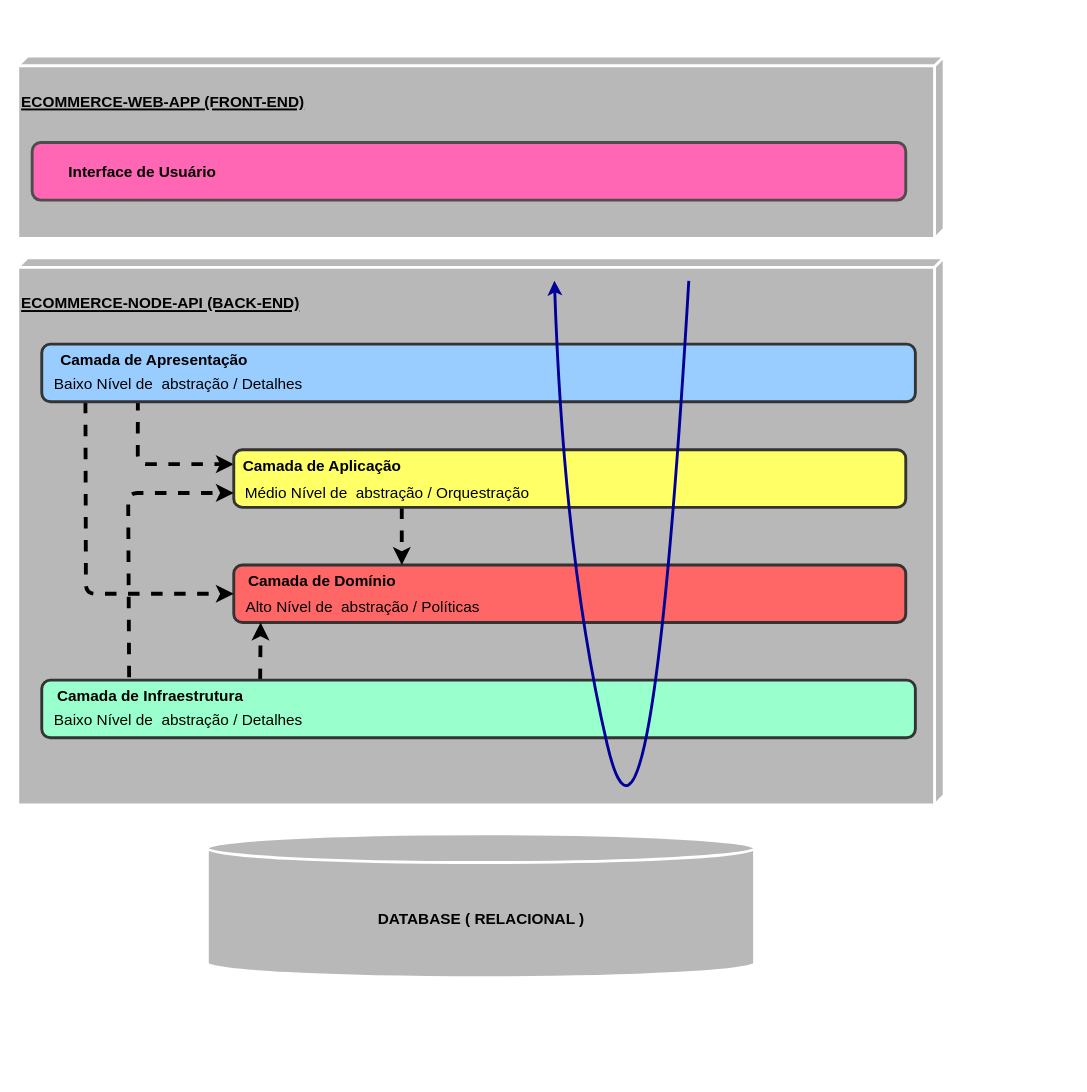
ruthierre/ecommerce-node-api keeps this draw.io diagram as page "ARQUITETURA EM CAMADAS" (1 of 2) of requirements/ecommerce-arquitetura.drawio. Above is the earlier version. Source tidied: cells renumbered, new cells numbered last; positions are measured from the earlier drawing's top-left corner, leaving out a move shared by most shapes. Both pictures are drawn from the tidied source at 96%, with x=0, y=0 at pixel (17, 56).
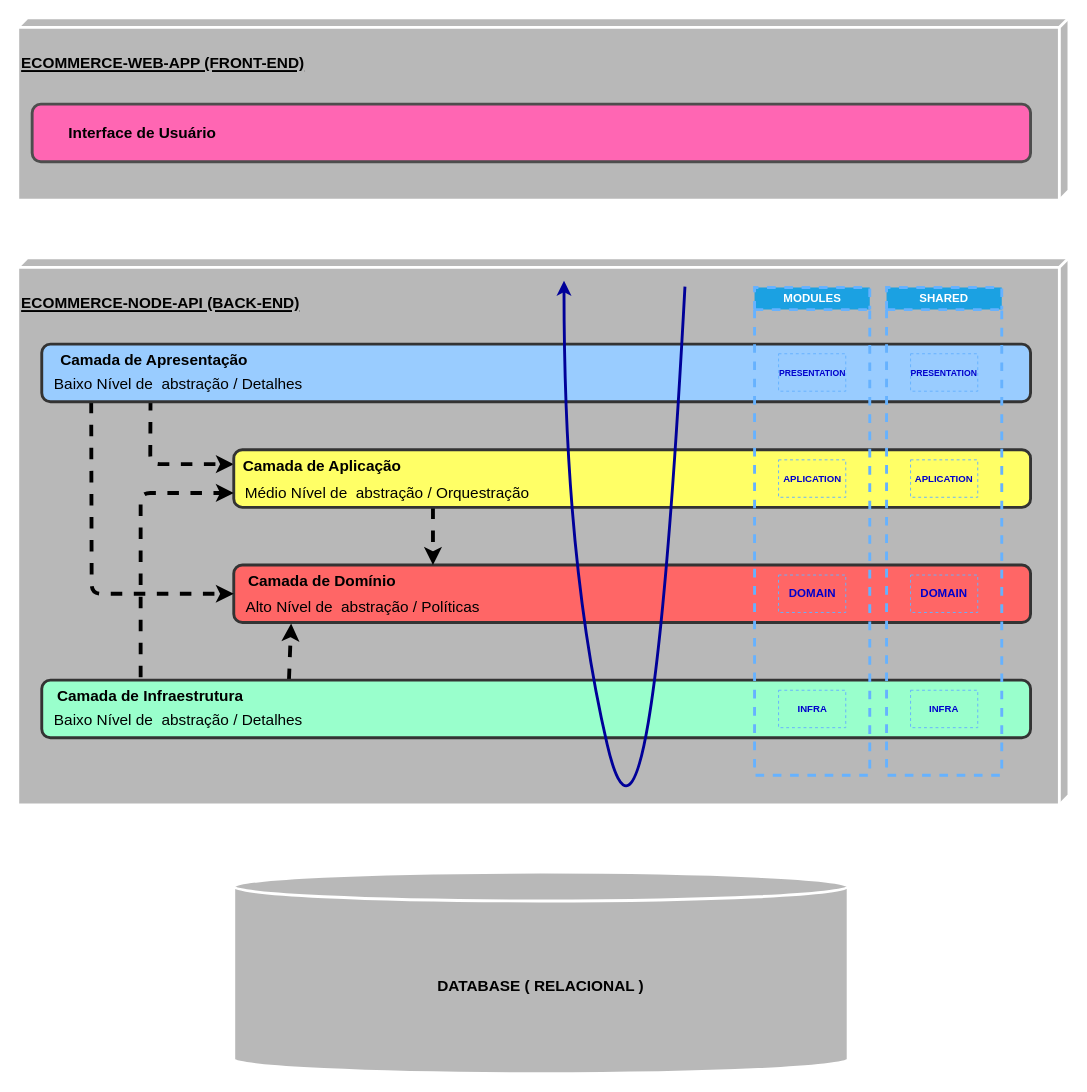
Above is the later version.

The change refers to these unchanged cells:
```xml
<mxCell id="6" value="&lt;b&gt;&amp;nbsp;Camada de Domínio&lt;/b&gt;" style="text;html=1;strokeColor=none;fillColor=none;align=center;verticalAlign=middle;whiteSpace=wrap;rounded=0;strokeWidth=3;fontSize=16;fontColor=#000000;" parent="1" vertex="1">
  <mxGeometry x="225" y="531" width="180" height="30" as="geometry" />
</mxCell>
<mxCell id="23" value="Médio Nível de&amp;nbsp; abstração / Orquestração" style="text;html=1;strokeColor=none;fillColor=none;align=center;verticalAlign=middle;whiteSpace=wrap;rounded=0;strokeWidth=3;fontSize=16;fontColor=#000000;" parent="1" vertex="1">
  <mxGeometry x="225" y="440" width="320" height="30" as="geometry" />
</mxCell>
```

What changed in the source:
```diff
@@
     <mxCell id="2" value="&lt;h1&gt;&lt;font style=&quot;font-size: 16px;&quot;&gt;ECOMMERCE-NODE-API (BACK-END)&lt;/font&gt;&lt;/h1&gt;" style="verticalAlign=top;align=left;spacingTop=8;spacingLeft=2;spacingRight=12;shape=cube;size=10;direction=south;fontStyle=5;html=1;strokeWidth=3;fillColor=#B8B8B8;strokeColor=#FFFFFF;fontColor=#000000;" parent="1" vertex="1">
-      <mxGeometry y="210" width="965" height="570" as="geometry" />
+      <mxGeometry y="210" width="1095" height="570" as="geometry" />
     </mxCell>
     <mxCell id="3" value="&lt;h1&gt;&lt;font style=&quot;font-size: 16px;&quot;&gt;ECOMMERCE-WEB-APP (FRONT-END)&lt;/font&gt;&lt;/h1&gt;" style="verticalAlign=top;align=left;spacingTop=8;spacingLeft=2;spacingRight=12;shape=cube;size=10;direction=south;fontStyle=5;html=1;strokeWidth=3;fillColor=#B8B8B8;strokeColor=#FFFFFF;fontColor=#000000;" parent="1" vertex="1">
-      <mxGeometry width="965" height="190" as="geometry" />
+      <mxGeometry y="-40" width="1095" height="190" as="geometry" />
     </mxCell>
     <mxCell id="4" value="&lt;b&gt;DATABASE ( RELACIONAL )&lt;/b&gt;" style="shape=cylinder3;whiteSpace=wrap;html=1;boundedLbl=1;backgroundOutline=1;size=15;strokeColor=#FFFFFF;strokeWidth=3;fontSize=16;fontColor=#000000;fillColor=#B8B8B8;" parent="1" vertex="1">
-      <mxGeometry x="197.5" y="810" width="570" height="150" as="geometry" />
+      <mxGeometry x="225" y="850" width="640" height="210" as="geometry" />
     </mxCell>
     <mxCell id="5" style="rounded=1;whiteSpace=wrap;html=1;strokeColor=#333333;strokeWidth=3;fontSize=16;fontColor=#ffffff;fillColor=#FF6666;" parent="1" vertex="1">
-      <mxGeometry x="225" y="530" width="700" height="60" as="geometry" />
+      <mxGeometry x="225" y="530" width="830" height="60" as="geometry" />
     </mxCell>
@@
     <mxCell id="7" style="edgeStyle=none;html=1;exitX=0.05;exitY=1;exitDx=0;exitDy=0;exitPerimeter=0;fontSize=16;fontColor=#000000;strokeWidth=4;strokeColor=#000000;dashed=1;entryX=0;entryY=0.967;entryDx=0;entryDy=0;entryPerimeter=0;" parent="1" edge="1" source="9" target="6">
       <mxGeometry relative="1" as="geometry">
         <Array as="points">
-          <mxPoint x="71" y="560" />
+          <mxPoint x="77" y="560" />
         </Array>
       </mxGeometry>
     </mxCell>
     <mxCell id="8" style="edgeStyle=none;html=1;exitX=0.11;exitY=0.95;exitDx=0;exitDy=0;exitPerimeter=0;entryX=0;entryY=0.25;entryDx=0;entryDy=0;dashed=1;strokeColor=#000000;strokeWidth=4;fontSize=16;fontColor=#000000;" parent="1" edge="1" source="9" target="14">
       <mxGeometry relative="1" as="geometry">
         <Array as="points">
-          <mxPoint x="125" y="425" />
+          <mxPoint x="138" y="425" />
         </Array>
       </mxGeometry>
     </mxCell>
     <mxCell id="9" style="rounded=1;whiteSpace=wrap;html=1;strokeColor=#333333;strokeWidth=3;fontSize=16;fontColor=#ffffff;fillColor=#99CCFF;points=[[0,0,0,0,0],[0,0.25,0,0,0],[0,0.5,0,0,0],[0,0.75,0,0,0],[0,1,0,0,0],[0.05,1,0,0,0],[0.11,0.95,0,0,0],[0.25,0,0,0,0],[0.5,0,0,0,0],[0.75,0,0,0,0],[0.75,1,0,0,0],[1,0,0,0,0],[1,0.25,0,0,0],[1,0.5,0,0,0],[1,0.75,0,0,0],[1,1,0,0,0]];" parent="1" vertex="1">
-      <mxGeometry x="25" y="300" width="910" height="60" as="geometry" />
+      <mxGeometry x="25" y="300" width="1030" height="60" as="geometry" />
     </mxCell>
@@
     <mxCell id="11" style="rounded=1;whiteSpace=wrap;html=1;strokeColor=#4D4D4D;strokeWidth=3;fontSize=16;fontColor=#ffffff;fillColor=#FF66B3;" parent="1" vertex="1">
-      <mxGeometry x="15" y="90" width="910" height="60" as="geometry" />
+      <mxGeometry x="15" y="50" width="1040" height="60" as="geometry" />
     </mxCell>
     <mxCell id="12" value="&lt;b&gt;Interface de Usuário&lt;/b&gt;" style="text;html=1;strokeColor=none;fillColor=none;align=center;verticalAlign=middle;whiteSpace=wrap;rounded=0;strokeWidth=3;fontSize=16;fontColor=#000000;" parent="1" vertex="1">
-      <mxGeometry x="15" y="105" width="230" height="30" as="geometry" />
+      <mxGeometry x="15" y="65" width="230" height="30" as="geometry" />
     </mxCell>
@@
     <mxCell id="14" style="rounded=1;whiteSpace=wrap;html=1;strokeColor=#333333;strokeWidth=3;fontSize=16;fontColor=#ffffff;fillColor=#FFFF66;" parent="1" vertex="1">
-      <mxGeometry x="225" y="410" width="700" height="60" as="geometry" />
+      <mxGeometry x="225" y="410" width="830" height="60" as="geometry" />
     </mxCell>
@@
-    <mxCell id="16" style="edgeStyle=none;html=1;exitX=0.25;exitY=0;exitDx=0;exitDy=0;entryX=0.04;entryY=1;entryDx=0;entryDy=0;entryPerimeter=0;dashed=1;strokeColor=#000000;strokeWidth=4;fontSize=16;fontColor=#000000;" parent="1" edge="1" source="18" target="5">
+    <mxCell id="16" style="edgeStyle=none;html=1;exitX=0.25;exitY=0;exitDx=0;exitDy=0;entryX=0.072;entryY=1.017;entryDx=0;entryDy=0;entryPerimeter=0;dashed=1;strokeColor=#000000;strokeWidth=4;fontSize=16;fontColor=#000000;" parent="1" edge="1" source="18" target="5">
       <mxGeometry relative="1" as="geometry" />
     </mxCell>
     <mxCell id="17" style="edgeStyle=none;html=1;exitX=0.1;exitY=0;exitDx=0;exitDy=-3;exitPerimeter=0;entryX=0;entryY=0.5;entryDx=0;entryDy=0;dashed=1;strokeColor=#000000;strokeWidth=4;fontSize=16;fontColor=#000000;" parent="1" edge="1" source="18" target="23">
       <mxGeometry relative="1" as="geometry">
         <Array as="points">
-          <mxPoint x="115" y="455" />
+          <mxPoint x="128" y="455" />
         </Array>
       </mxGeometry>
     </mxCell>
     <mxCell id="18" style="rounded=1;whiteSpace=wrap;html=1;strokeColor=#333333;strokeWidth=3;fontSize=16;fontColor=#ffffff;fillColor=#99FFCC;points=[[0,0,0,0,0],[0,0.25,0,0,0],[0,0.5,0,0,0],[0,0.75,0,0,0],[0,1,0,0,0],[0.1,0,0,0,-3],[0.25,0,0,0,0],[0.25,1,0,0,0],[0.5,1,0,0,0],[0.75,0,0,0,0],[0.75,1,0,0,0],[1,0,0,0,0],[1,0.25,0,0,0],[1,0.5,0,0,0],[1,0.75,0,0,0],[1,1,0,0,0]];" parent="1" vertex="1">
-      <mxGeometry x="25" y="650" width="910" height="60" as="geometry" />
+      <mxGeometry x="25" y="650" width="1030" height="60" as="geometry" />
     </mxCell>
@@
     <mxCell id="20" style="curved=1;endArrow=classic;html=1;strokeColor=#000099;strokeWidth=3;fontSize=16;fontColor=#000000;" parent="1" edge="1">
       <mxGeometry relative="1" as="geometry">
-        <mxPoint x="699" y="234" as="sourcePoint" />
-        <mxPoint x="559" y="234" as="targetPoint" />
+        <mxPoint x="695" y="240" as="sourcePoint" />
+        <mxPoint x="569" y="234" as="targetPoint" />
         <Array as="points">
           <mxPoint x="659" y="910" />
           <mxPoint x="569" y="524" />
         </Array>
       </mxGeometry>
     </mxCell>
@@
+    <mxCell id="25" value="MODULES" style="swimlane;whiteSpace=wrap;html=1;fillColor=#1ba1e2;fontColor=#ffffff;strokeColor=#66B2FF;dashed=1;strokeWidth=3;" parent="1" vertex="1">
+      <mxGeometry x="767.5" y="241" width="120" height="508" as="geometry" />
+    </mxCell>
+    <mxCell id="26" value="&lt;b style=&quot;color: rgb(240, 240, 240);&quot;&gt;&lt;font color=&quot;#0000cc&quot;&gt;DOMAIN&lt;/font&gt;&lt;/b&gt;" style="rounded=0;whiteSpace=wrap;html=1;dashed=1;strokeColor=#66B2FF;strokeWidth=1;fontColor=#0000CC;fillColor=none;" parent="25" vertex="1">
+      <mxGeometry x="25" y="299.5" width="70" height="39" as="geometry" />
+    </mxCell>
+    <mxCell id="27" value="&lt;b style=&quot;color: rgb(240, 240, 240);&quot;&gt;&lt;font style=&quot;font-size: 10px;&quot; color=&quot;#0000cc&quot;&gt;INFRA&lt;/font&gt;&lt;/b&gt;" style="rounded=0;whiteSpace=wrap;html=1;dashed=1;strokeColor=#66B2FF;strokeWidth=1;fontColor=#0000CC;fillColor=none;" parent="25" vertex="1">
+      <mxGeometry x="25" y="419.5" width="70" height="39" as="geometry" />
+    </mxCell>
+    <mxCell id="28" value="&lt;b style=&quot;color: rgb(240, 240, 240);&quot;&gt;&lt;font style=&quot;font-size: 9px;&quot; color=&quot;#0000cc&quot;&gt;PRESENTATION&lt;/font&gt;&lt;/b&gt;" style="rounded=0;whiteSpace=wrap;html=1;dashed=1;strokeColor=#66B2FF;strokeWidth=1;fontColor=#0000CC;fillColor=none;" parent="25" vertex="1">
+      <mxGeometry x="25" y="69" width="70" height="39" as="geometry" />
+    </mxCell>
+    <mxCell id="29" value="&lt;b style=&quot;color: rgb(240, 240, 240);&quot;&gt;&lt;font style=&quot;font-size: 10px;&quot; color=&quot;#0000cc&quot;&gt;APLICATION&lt;/font&gt;&lt;/b&gt;" style="rounded=0;whiteSpace=wrap;html=1;dashed=1;strokeColor=#66B2FF;strokeWidth=1;fontColor=#0000CC;fillColor=none;" parent="1" vertex="1">
+      <mxGeometry x="792.5" y="420.5" width="70" height="39" as="geometry" />
+    </mxCell>
+    <mxCell id="30" value="SHARED" style="swimlane;whiteSpace=wrap;html=1;fillColor=#1ba1e2;fontColor=#ffffff;strokeColor=#66B2FF;dashed=1;strokeWidth=3;" parent="1" vertex="1">
+      <mxGeometry x="905" y="241" width="120" height="508" as="geometry" />
+    </mxCell>
+    <mxCell id="31" value="&lt;b style=&quot;color: rgb(240, 240, 240);&quot;&gt;&lt;font color=&quot;#0000cc&quot;&gt;DOMAIN&lt;/font&gt;&lt;/b&gt;" style="rounded=0;whiteSpace=wrap;html=1;dashed=1;strokeColor=#66B2FF;strokeWidth=1;fontColor=#0000CC;fillColor=none;" parent="30" vertex="1">
+      <mxGeometry x="25" y="299.5" width="70" height="39" as="geometry" />
+    </mxCell>
+    <mxCell id="32" value="&lt;b style=&quot;color: rgb(240, 240, 240);&quot;&gt;&lt;font style=&quot;font-size: 10px;&quot; color=&quot;#0000cc&quot;&gt;INFRA&lt;/font&gt;&lt;/b&gt;" style="rounded=0;whiteSpace=wrap;html=1;dashed=1;strokeColor=#66B2FF;strokeWidth=1;fontColor=#0000CC;fillColor=none;" parent="30" vertex="1">
+      <mxGeometry x="25" y="419.5" width="70" height="39" as="geometry" />
+    </mxCell>
+    <mxCell id="33" value="&lt;b style=&quot;color: rgb(240, 240, 240);&quot;&gt;&lt;font style=&quot;font-size: 9px;&quot; color=&quot;#0000cc&quot;&gt;PRESENTATION&lt;/font&gt;&lt;/b&gt;" style="rounded=0;whiteSpace=wrap;html=1;dashed=1;strokeColor=#66B2FF;strokeWidth=1;fontColor=#0000CC;fillColor=none;" parent="30" vertex="1">
+      <mxGeometry x="25" y="69" width="70" height="39" as="geometry" />
+    </mxCell>
+    <mxCell id="34" value="&lt;b style=&quot;color: rgb(240, 240, 240);&quot;&gt;&lt;font style=&quot;font-size: 10px;&quot; color=&quot;#0000cc&quot;&gt;APLICATION&lt;/font&gt;&lt;/b&gt;" style="rounded=0;whiteSpace=wrap;html=1;dashed=1;strokeColor=#66B2FF;strokeWidth=1;fontColor=#0000CC;fillColor=none;" parent="1" vertex="1">
+      <mxGeometry x="930" y="420.5" width="70" height="39" as="geometry" />
+    </mxCell>
```
